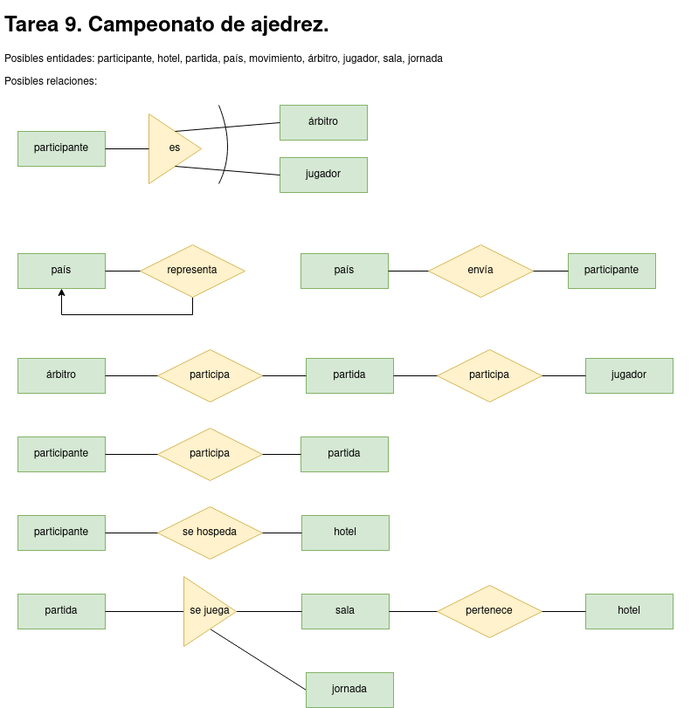
javigh193/bae keeps this draw.io diagram as tarea9.png. Above is the earlier version. Source tidied: cells renumbered, new cells last; positions are measured from the earlier drawing's top-left corner, leaving out a move shared by most shapes. Source of this version:
```xml
<mxGraphModel>
  <root>
    <mxCell id="0" />
    <mxCell id="1" parent="0" />
    <mxCell id="2" value="&lt;h1&gt;Tarea 9. Campeonato de ajedrez.&lt;br&gt;&lt;/h1&gt;&lt;p&gt;Posibles entidades: participante, hotel, partida, país, movimiento, árbitro, jugador, sala, jornada&lt;br&gt;&lt;/p&gt;&lt;p&gt;Posibles relaciones:&lt;/p&gt;&lt;p&gt;&lt;span style=&quot;white-space: pre;&quot;&gt;&#9;&lt;/span&gt;&lt;br&gt;&lt;/p&gt;" style="text;html=1;strokeColor=none;fillColor=none;spacing=5;spacingTop=-20;whiteSpace=wrap;overflow=hidden;rounded=0;" parent="1" vertex="1">
      <mxGeometry width="790" height="100" as="geometry" />
    </mxCell>
    <mxCell id="3" value="participante" style="whiteSpace=wrap;html=1;align=center;fillColor=#d5e8d4;strokeColor=#82b366;" parent="1" vertex="1">
      <mxGeometry x="20" y="140" width="100" height="40" as="geometry" />
    </mxCell>
    <mxCell id="4" value="es" style="triangle;whiteSpace=wrap;html=1;fillColor=#fff2cc;strokeColor=#d6b656;" parent="1" vertex="1">
      <mxGeometry x="170" y="120" width="60" height="80" as="geometry" />
    </mxCell>
    <mxCell id="5" value="árbitro" style="whiteSpace=wrap;html=1;align=center;fillColor=#d5e8d4;strokeColor=#82b366;" parent="1" vertex="1">
      <mxGeometry x="320" y="110" width="100" height="40" as="geometry" />
    </mxCell>
    <mxCell id="6" value="jugador" style="whiteSpace=wrap;html=1;align=center;fillColor=#d5e8d4;strokeColor=#82b366;" parent="1" vertex="1">
      <mxGeometry x="320" y="170" width="100" height="40" as="geometry" />
    </mxCell>
    <mxCell id="7" style="endArrow=none;html=1;rounded=0;exitX=1;exitY=0.5;exitDx=0;exitDy=0;entryX=0;entryY=0.5;entryDx=0;entryDy=0;" parent="1" edge="1" source="3" target="4">
      <mxGeometry relative="1" as="geometry" />
    </mxCell>
    <mxCell id="8" style="endArrow=none;html=1;rounded=0;exitX=0;exitY=0.5;exitDx=0;exitDy=0;entryX=0.5;entryY=0;entryDx=0;entryDy=0;" parent="1" edge="1" source="5" target="4">
      <mxGeometry relative="1" as="geometry" />
    </mxCell>
    <mxCell id="9" style="endArrow=none;html=1;rounded=0;exitX=0.5;exitY=1;exitDx=0;exitDy=0;entryX=0;entryY=0.5;entryDx=0;entryDy=0;" parent="1" edge="1" source="4" target="6">
      <mxGeometry relative="1" as="geometry" />
    </mxCell>
    <mxCell id="10" style="endArrow=none;html=1;curved=1;" parent="1" edge="1">
      <mxGeometry relative="1" as="geometry">
        <mxPoint x="250" y="110" as="sourcePoint" />
        <mxPoint x="250" y="200" as="targetPoint" />
        <Array as="points">
          <mxPoint x="270" y="160" />
        </Array>
      </mxGeometry>
    </mxCell>
    <mxCell id="11" value="país" style="whiteSpace=wrap;html=1;align=center;fillColor=#d5e8d4;strokeColor=#82b366;" parent="1" vertex="1">
      <mxGeometry x="20" y="280" width="100" height="40" as="geometry" />
    </mxCell>
    <mxCell id="12" style="edgeStyle=orthogonalEdgeStyle;rounded=0;jettySize=auto;html=1;exitX=0.5;exitY=1;exitDx=0;exitDy=0;entryX=0.5;entryY=1;entryDx=0;entryDy=0;" parent="1" edge="1" source="13" target="11">
      <mxGeometry relative="1" as="geometry" />
    </mxCell>
    <mxCell id="13" value="representa" style="shape=rhombus;perimeter=rhombusPerimeter;whiteSpace=wrap;html=1;align=center;fillColor=#fff2cc;strokeColor=#d6b656;" parent="1" vertex="1">
      <mxGeometry x="160" y="270" width="120" height="60" as="geometry" />
    </mxCell>
    <mxCell id="14" style="endArrow=none;html=1;rounded=0;exitX=1;exitY=0.5;exitDx=0;exitDy=0;entryX=0;entryY=0.5;entryDx=0;entryDy=0;" parent="1" edge="1" source="11" target="13">
      <mxGeometry relative="1" as="geometry" />
    </mxCell>
    <mxCell id="15" value="país" style="whiteSpace=wrap;html=1;align=center;fillColor=#d5e8d4;strokeColor=#82b366;" parent="1" vertex="1">
      <mxGeometry x="344" y="280" width="100" height="40" as="geometry" />
    </mxCell>
    <mxCell id="16" value="envía" style="shape=rhombus;perimeter=rhombusPerimeter;whiteSpace=wrap;html=1;align=center;fillColor=#fff2cc;strokeColor=#d6b656;" parent="1" vertex="1">
      <mxGeometry x="490" y="270" width="120" height="60" as="geometry" />
    </mxCell>
    <mxCell id="17" value="participante" style="whiteSpace=wrap;html=1;align=center;fillColor=#d5e8d4;strokeColor=#82b366;" parent="1" vertex="1">
      <mxGeometry x="650" y="280" width="100" height="40" as="geometry" />
    </mxCell>
    <mxCell id="18" style="endArrow=none;html=1;rounded=0;exitX=1;exitY=0.5;exitDx=0;exitDy=0;entryX=0;entryY=0.5;entryDx=0;entryDy=0;" parent="1" edge="1" source="15" target="16">
      <mxGeometry relative="1" as="geometry" />
    </mxCell>
    <mxCell id="19" style="endArrow=none;html=1;rounded=0;exitX=1;exitY=0.5;exitDx=0;exitDy=0;entryX=0;entryY=0.5;entryDx=0;entryDy=0;" parent="1" edge="1" source="16" target="17">
      <mxGeometry relative="1" as="geometry" />
    </mxCell>
    <mxCell id="20" value="partida" style="whiteSpace=wrap;html=1;align=center;fillColor=#d5e8d4;strokeColor=#82b366;" parent="1" vertex="1">
      <mxGeometry x="350" y="400" width="100" height="40" as="geometry" />
    </mxCell>
    <mxCell id="21" value="árbitro" style="whiteSpace=wrap;html=1;align=center;fillColor=#d5e8d4;strokeColor=#82b366;" parent="1" vertex="1">
      <mxGeometry x="20" y="400" width="100" height="40" as="geometry" />
    </mxCell>
    <mxCell id="22" value="jugador" style="whiteSpace=wrap;html=1;align=center;fillColor=#d5e8d4;strokeColor=#82b366;" parent="1" vertex="1">
      <mxGeometry x="670" y="400" width="100" height="40" as="geometry" />
    </mxCell>
    <mxCell id="23" value="participa" style="shape=rhombus;perimeter=rhombusPerimeter;whiteSpace=wrap;html=1;align=center;fillColor=#fff2cc;strokeColor=#d6b656;" parent="1" vertex="1">
      <mxGeometry x="180" y="390" width="120" height="60" as="geometry" />
    </mxCell>
    <mxCell id="24" value="participa" style="shape=rhombus;perimeter=rhombusPerimeter;whiteSpace=wrap;html=1;align=center;fillColor=#fff2cc;strokeColor=#d6b656;" parent="1" vertex="1">
      <mxGeometry x="500" y="390" width="120" height="60" as="geometry" />
    </mxCell>
    <mxCell id="25" style="endArrow=none;html=1;rounded=0;exitX=1;exitY=0.5;exitDx=0;exitDy=0;entryX=0;entryY=0.5;entryDx=0;entryDy=0;" parent="1" edge="1" source="21" target="23">
      <mxGeometry relative="1" as="geometry" />
    </mxCell>
    <mxCell id="26" style="endArrow=none;html=1;rounded=0;exitX=1;exitY=0.5;exitDx=0;exitDy=0;entryX=0;entryY=0.5;entryDx=0;entryDy=0;" parent="1" edge="1" source="23" target="20">
      <mxGeometry relative="1" as="geometry" />
    </mxCell>
    <mxCell id="27" style="endArrow=none;html=1;rounded=0;exitX=1;exitY=0.5;exitDx=0;exitDy=0;entryX=0;entryY=0.5;entryDx=0;entryDy=0;" parent="1" edge="1" source="20" target="24">
      <mxGeometry relative="1" as="geometry" />
    </mxCell>
    <mxCell id="28" style="endArrow=none;html=1;rounded=0;exitX=1;exitY=0.5;exitDx=0;exitDy=0;entryX=0;entryY=0.5;entryDx=0;entryDy=0;" parent="1" edge="1" source="24" target="22">
      <mxGeometry relative="1" as="geometry" />
    </mxCell>
    <mxCell id="29" value="participante" style="whiteSpace=wrap;html=1;align=center;fillColor=#d5e8d4;strokeColor=#82b366;" parent="1" vertex="1">
      <mxGeometry x="20" y="490" width="100" height="40" as="geometry" />
    </mxCell>
    <mxCell id="30" value="participa" style="shape=rhombus;perimeter=rhombusPerimeter;whiteSpace=wrap;html=1;align=center;fillColor=#fff2cc;strokeColor=#d6b656;" parent="1" vertex="1">
      <mxGeometry x="180" y="480" width="120" height="60" as="geometry" />
    </mxCell>
    <mxCell id="31" value="partida" style="whiteSpace=wrap;html=1;align=center;fillColor=#d5e8d4;strokeColor=#82b366;" parent="1" vertex="1">
      <mxGeometry x="344" y="490" width="100" height="40" as="geometry" />
    </mxCell>
    <mxCell id="32" style="endArrow=none;html=1;rounded=0;exitX=1;exitY=0.5;exitDx=0;exitDy=0;entryX=0;entryY=0.5;entryDx=0;entryDy=0;" parent="1" edge="1" source="29" target="30">
      <mxGeometry relative="1" as="geometry" />
    </mxCell>
    <mxCell id="33" style="endArrow=none;html=1;rounded=0;exitX=1;exitY=0.5;exitDx=0;exitDy=0;entryX=0;entryY=0.5;entryDx=0;entryDy=0;" parent="1" edge="1" source="30" target="31">
      <mxGeometry relative="1" as="geometry" />
    </mxCell>
    <mxCell id="34" value="participante" style="whiteSpace=wrap;html=1;align=center;fillColor=#d5e8d4;strokeColor=#82b366;" parent="1" vertex="1">
      <mxGeometry x="20" y="580" width="100" height="40" as="geometry" />
    </mxCell>
    <mxCell id="35" value="se hospeda" style="shape=rhombus;perimeter=rhombusPerimeter;whiteSpace=wrap;html=1;align=center;fillColor=#fff2cc;strokeColor=#d6b656;" parent="1" vertex="1">
      <mxGeometry x="180" y="570" width="120" height="60" as="geometry" />
    </mxCell>
    <mxCell id="36" value="hotel" style="whiteSpace=wrap;html=1;align=center;fillColor=#d5e8d4;strokeColor=#82b366;" parent="1" vertex="1">
      <mxGeometry x="345" y="580" width="100" height="40" as="geometry" />
    </mxCell>
    <mxCell id="37" style="endArrow=none;html=1;rounded=0;exitX=1;exitY=0.5;exitDx=0;exitDy=0;entryX=0;entryY=0.5;entryDx=0;entryDy=0;" parent="1" edge="1" source="34" target="35">
      <mxGeometry relative="1" as="geometry" />
    </mxCell>
    <mxCell id="38" style="endArrow=none;html=1;rounded=0;exitX=1;exitY=0.5;exitDx=0;exitDy=0;entryX=0;entryY=0.5;entryDx=0;entryDy=0;" parent="1" edge="1" source="35" target="36">
      <mxGeometry relative="1" as="geometry" />
    </mxCell>
    <mxCell id="39" value="partida" style="whiteSpace=wrap;html=1;align=center;fillColor=#d5e8d4;strokeColor=#82b366;" parent="1" vertex="1">
      <mxGeometry x="20" y="670" width="100" height="40" as="geometry" />
    </mxCell>
    <mxCell id="40" value="hotel" style="whiteSpace=wrap;html=1;align=center;fillColor=#d5e8d4;strokeColor=#82b366;" parent="1" vertex="1">
      <mxGeometry x="670" y="670" width="100" height="40" as="geometry" />
    </mxCell>
    <mxCell id="41" value="sala" style="whiteSpace=wrap;html=1;align=center;fillColor=#d5e8d4;strokeColor=#82b366;" parent="1" vertex="1">
      <mxGeometry x="345" y="670" width="100" height="40" as="geometry" />
    </mxCell>
    <mxCell id="42" value="pertenece" style="shape=rhombus;perimeter=rhombusPerimeter;whiteSpace=wrap;html=1;align=center;fillColor=#fff2cc;strokeColor=#d6b656;" parent="1" vertex="1">
      <mxGeometry x="500" y="660" width="120" height="60" as="geometry" />
    </mxCell>
    <mxCell id="43" style="endArrow=none;html=1;rounded=0;exitX=1;exitY=0.5;exitDx=0;exitDy=0;entryX=0;entryY=0.5;entryDx=0;entryDy=0;" parent="1" edge="1" source="41" target="42">
      <mxGeometry relative="1" as="geometry" />
    </mxCell>
    <mxCell id="44" style="endArrow=none;html=1;rounded=0;entryX=0;entryY=0.5;entryDx=0;entryDy=0;exitX=1;exitY=0.5;exitDx=0;exitDy=0;" parent="1" edge="1" source="39" target="49">
      <mxGeometry relative="1" as="geometry" />
    </mxCell>
    <mxCell id="45" style="endArrow=none;html=1;rounded=0;exitX=1;exitY=0.5;exitDx=0;exitDy=0;entryX=0;entryY=0.5;entryDx=0;entryDy=0;" parent="1" edge="1" source="49" target="41">
      <mxGeometry relative="1" as="geometry" />
    </mxCell>
    <mxCell id="46" style="endArrow=none;html=1;rounded=0;exitX=1;exitY=0.5;exitDx=0;exitDy=0;entryX=0;entryY=0.5;entryDx=0;entryDy=0;" parent="1" edge="1" source="42" target="40">
      <mxGeometry relative="1" as="geometry" />
    </mxCell>
    <mxCell id="47" style="endArrow=none;html=1;rounded=0;exitX=0.5;exitY=1;exitDx=0;exitDy=0;entryX=0;entryY=0.5;entryDx=0;entryDy=0;" parent="1" edge="1" source="49" target="48">
      <mxGeometry relative="1" as="geometry" />
    </mxCell>
    <mxCell id="48" value="jornada" style="whiteSpace=wrap;html=1;align=center;fillColor=#d5e8d4;strokeColor=#82b366;" parent="1" vertex="1">
      <mxGeometry x="350" y="760" width="100" height="40" as="geometry" />
    </mxCell>
    <mxCell id="49" value="se juega" style="triangle;whiteSpace=wrap;html=1;fillColor=#fff2cc;strokeColor=#d6b656;" parent="1" vertex="1">
      <mxGeometry x="210" y="650" width="60" height="80" as="geometry" />
    </mxCell>
  </root>
</mxGraphModel>
```
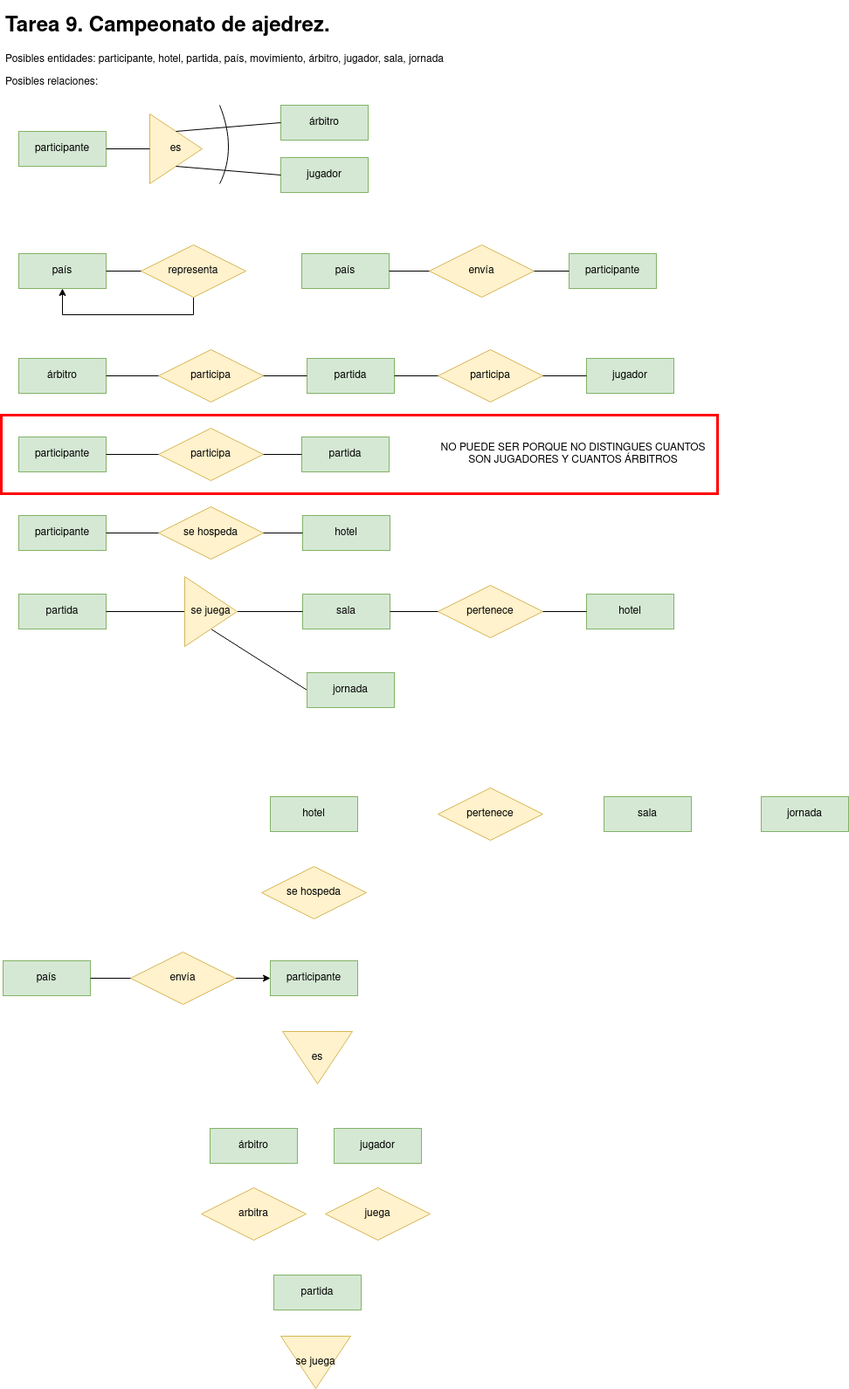
After the commit.

Change to the diagram source:
```diff
@@ -152,5 +152,62 @@
     <mxCell id="49" value="se juega" style="triangle;whiteSpace=wrap;html=1;fillColor=#fff2cc;strokeColor=#d6b656;" parent="1" vertex="1">
       <mxGeometry x="210" y="650" width="60" height="80" as="geometry" />
     </mxCell>
+    <mxCell id="50" value="país" style="whiteSpace=wrap;html=1;align=center;fillColor=#d5e8d4;strokeColor=#82b366;" parent="1" vertex="1">
+      <mxGeometry x="2" y="1090" width="100" height="40" as="geometry" />
+    </mxCell>
+    <mxCell id="51" style="edgeStyle=orthogonalEdgeStyle;rounded=0;jettySize=auto;html=1;entryX=0;entryY=0.5;entryDx=0;entryDy=0;" parent="1" edge="1" source="52" target="53">
+      <mxGeometry relative="1" as="geometry" />
+    </mxCell>
+    <mxCell id="52" value="envía" style="shape=rhombus;perimeter=rhombusPerimeter;whiteSpace=wrap;html=1;align=center;fillColor=#fff2cc;strokeColor=#d6b656;" parent="1" vertex="1">
+      <mxGeometry x="148" y="1080" width="120" height="60" as="geometry" />
+    </mxCell>
+    <mxCell id="53" value="participante" style="whiteSpace=wrap;html=1;align=center;fillColor=#d5e8d4;strokeColor=#82b366;" parent="1" vertex="1">
+      <mxGeometry x="308" y="1090" width="100" height="40" as="geometry" />
+    </mxCell>
+    <mxCell id="54" style="endArrow=none;html=1;rounded=0;exitX=1;exitY=0.5;exitDx=0;exitDy=0;entryX=0;entryY=0.5;entryDx=0;entryDy=0;" parent="1" edge="1" source="50" target="52">
+      <mxGeometry relative="1" as="geometry" />
+    </mxCell>
+    <mxCell id="55" value="es" style="triangle;whiteSpace=wrap;html=1;fillColor=#fff2cc;strokeColor=#d6b656;direction=south;" parent="1" vertex="1">
+      <mxGeometry x="322" y="1171" width="80" height="60" as="geometry" />
+    </mxCell>
+    <mxCell id="56" value="árbitro" style="whiteSpace=wrap;html=1;align=center;fillColor=#d5e8d4;strokeColor=#82b366;" parent="1" vertex="1">
+      <mxGeometry x="239" y="1282" width="100" height="40" as="geometry" />
+    </mxCell>
+    <mxCell id="57" value="jugador" style="whiteSpace=wrap;html=1;align=center;fillColor=#d5e8d4;strokeColor=#82b366;" parent="1" vertex="1">
+      <mxGeometry x="381" y="1282" width="100" height="40" as="geometry" />
+    </mxCell>
+    <mxCell id="58" value="arbitra" style="shape=rhombus;perimeter=rhombusPerimeter;whiteSpace=wrap;html=1;align=center;fillColor=#fff2cc;strokeColor=#d6b656;" parent="1" vertex="1">
+      <mxGeometry x="229" y="1350" width="120" height="60" as="geometry" />
+    </mxCell>
+    <mxCell id="59" value="partida" style="whiteSpace=wrap;html=1;align=center;fillColor=#d5e8d4;strokeColor=#82b366;" parent="1" vertex="1">
+      <mxGeometry x="312" y="1450" width="100" height="40" as="geometry" />
+    </mxCell>
+    <mxCell id="60" value="se hospeda" style="shape=rhombus;perimeter=rhombusPerimeter;whiteSpace=wrap;html=1;align=center;fillColor=#fff2cc;strokeColor=#d6b656;" parent="1" vertex="1">
+      <mxGeometry x="298" y="982" width="120" height="60" as="geometry" />
+    </mxCell>
+    <mxCell id="61" value="hotel" style="whiteSpace=wrap;html=1;align=center;fillColor=#d5e8d4;strokeColor=#82b366;" parent="1" vertex="1">
+      <mxGeometry x="308" y="902" width="100" height="40" as="geometry" />
+    </mxCell>
+    <mxCell id="62" value="pertenece" style="shape=rhombus;perimeter=rhombusPerimeter;whiteSpace=wrap;html=1;align=center;fillColor=#fff2cc;strokeColor=#d6b656;" parent="1" vertex="1">
+      <mxGeometry x="500" y="892" width="120" height="60" as="geometry" />
+    </mxCell>
+    <mxCell id="63" value="sala" style="whiteSpace=wrap;html=1;align=center;fillColor=#d5e8d4;strokeColor=#82b366;" parent="1" vertex="1">
+      <mxGeometry x="690" y="902" width="100" height="40" as="geometry" />
+    </mxCell>
+    <mxCell id="64" value="se juega" style="triangle;whiteSpace=wrap;html=1;fillColor=#fff2cc;strokeColor=#d6b656;direction=south;" parent="1" vertex="1">
+      <mxGeometry x="320" y="1520" width="80" height="60" as="geometry" />
+    </mxCell>
+    <mxCell id="65" value="jornada" style="whiteSpace=wrap;html=1;align=center;fillColor=#d5e8d4;strokeColor=#82b366;" parent="1" vertex="1">
+      <mxGeometry x="870" y="902" width="100" height="40" as="geometry" />
+    </mxCell>
+    <mxCell id="66" value="NO PUEDE SER PORQUE NO DISTINGUES CUANTOS SON JUGADORES Y CUANTOS ÁRBITROS" style="text;html=1;strokeColor=none;fillColor=none;align=center;verticalAlign=middle;whiteSpace=wrap;rounded=0;" parent="1" vertex="1">
+      <mxGeometry x="490" y="495" width="330" height="30" as="geometry" />
+    </mxCell>
+    <mxCell id="67" style="text;html=1;strokeColor=#FF0000;fillColor=none;align=center;verticalAlign=middle;whiteSpace=wrap;rounded=0;strokeWidth=3;" parent="1" vertex="1">
+      <mxGeometry y="465" width="820" height="90" as="geometry" />
+    </mxCell>
+    <mxCell id="68" value="juega" style="shape=rhombus;perimeter=rhombusPerimeter;whiteSpace=wrap;html=1;align=center;fillColor=#fff2cc;strokeColor=#d6b656;" parent="1" vertex="1">
+      <mxGeometry x="371" y="1350" width="120" height="60" as="geometry" />
+    </mxCell>
   </root>
 </mxGraphModel>
```
